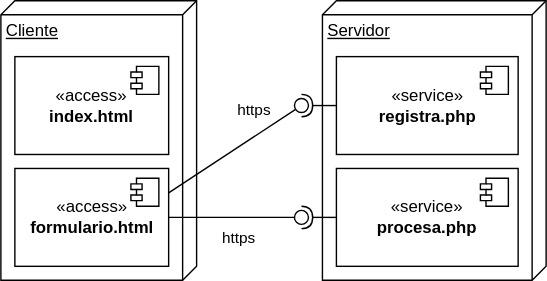
Earlier version of the draw.io export img/m23token/srvtokendistribucion.drawio.svg (gilpgawoas/gilpgawoas.github.io). Source tidied: cells renumbered, new cells last; positions are measured from the earlier drawing's top-left corner, leaving out a move shared by most shapes.
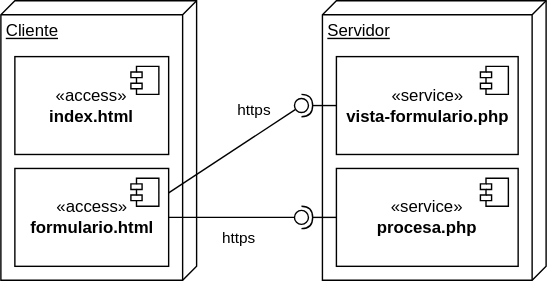
The same file after the commit.

The edit, as a diff of the source:
```diff
@@ -16,7 +16,7 @@
     <mxCell id="5" value="Servidor" style="verticalAlign=top;align=left;spacingTop=8;spacingLeft=2;spacingRight=12;shape=cube;size=10;direction=south;fontStyle=4;html=1;" parent="1" vertex="1">
       <mxGeometry x="230" width="160" height="200" as="geometry" />
     </mxCell>
-    <mxCell id="6" value="«service»&lt;br&gt;&lt;b style=&quot;border-color: var(--border-color);&quot;&gt;registra.php&lt;/b&gt;" style="html=1;" parent="1" vertex="1">
+    <mxCell id="6" value="«service»&lt;br&gt;&lt;b style=&quot;border-color: var(--border-color);&quot;&gt;vista-formulario.php&lt;/b&gt;" style="html=1;" parent="1" vertex="1">
       <mxGeometry x="240" y="40" width="130" height="70" as="geometry" />
     </mxCell>
     <mxCell id="7" style="shape=module;jettyWidth=8;jettyHeight=4;" parent="6" vertex="1">
```
